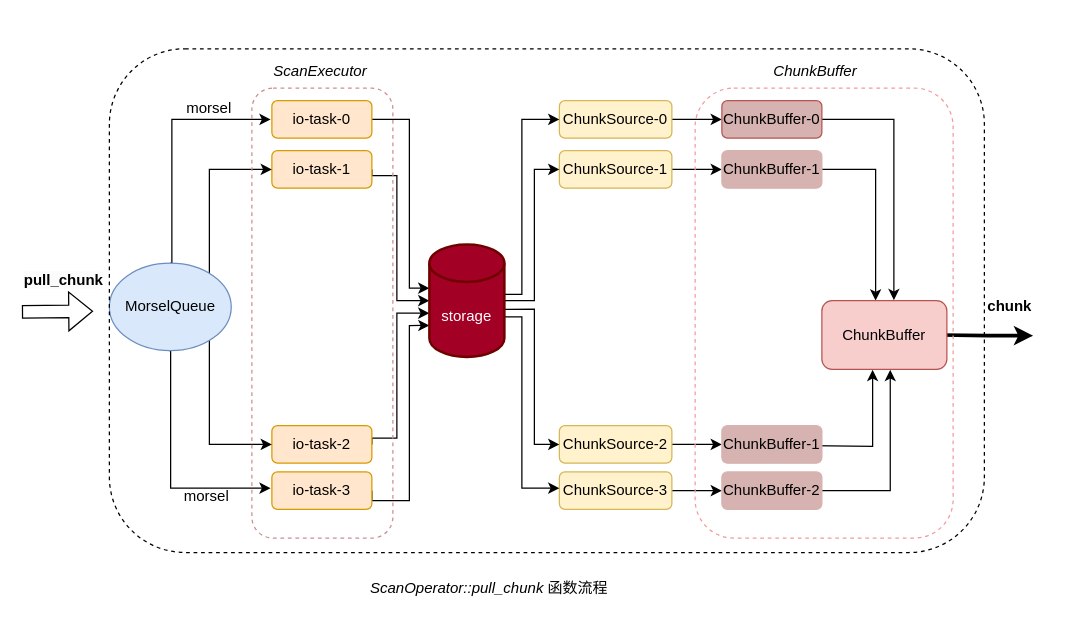
Above: StarRocks/Pipeline-OlapScanOperator-3.drawio in szza/szza.github.io.images (draw.io), before the change. Source tidied: cells renumbered, new cells numbered last; positions are measured from the earlier drawing's top-left corner, leaving out a move shared by most shapes. Both pictures are drawn from the tidied source at 125%, with x=0, y=0 at pixel (21, 48).
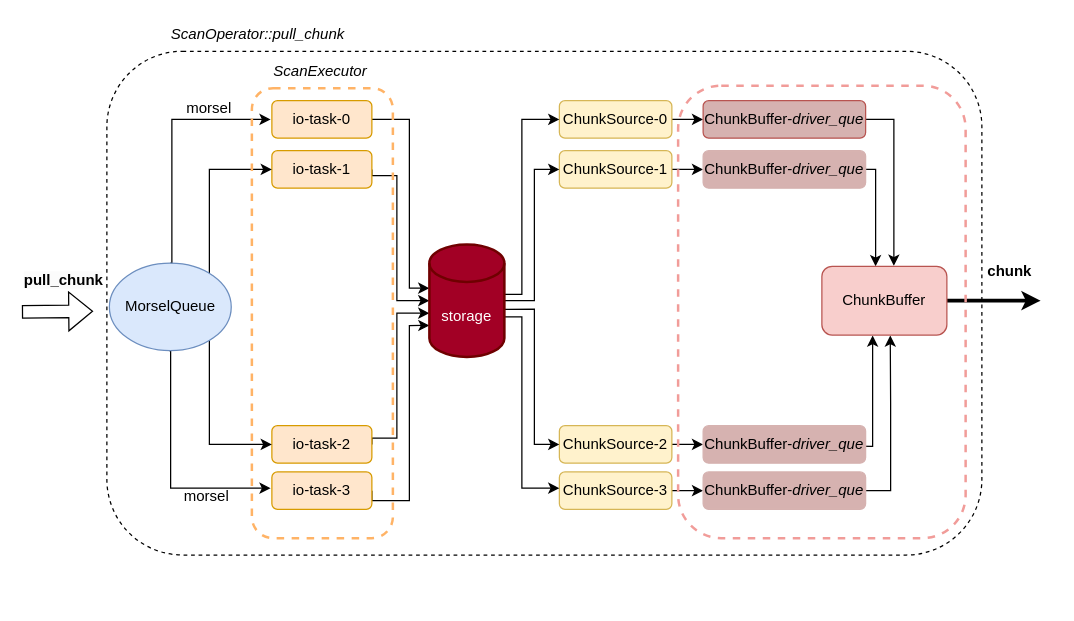
Above is the later version.

Commit message (it also covers changes not shown here):
modify Pipeline-OlapScanOperator-3

Diff of the diagram source:
```diff
@@
     <mxCell id="32" style="rounded=1;whiteSpace=wrap;html=1;fillColor=none;dashed=1;" parent="1" vertex="1">
-      <mxGeometry x="70" y="0.5" width="700" height="403" as="geometry" />
+      <mxGeometry x="68" y="2.5" width="700" height="403" as="geometry" />
     </mxCell>
-    <mxCell id="33" value="&lt;i&gt;ScanOperator::pull_chunk&lt;/i&gt; 函数流程" style="text;html=1;strokeColor=none;fillColor=none;align=center;verticalAlign=middle;whiteSpace=wrap;rounded=0;" parent="1" vertex="1">
-      <mxGeometry x="255" y="422" width="238.2" height="20" as="geometry" />
+    <mxCell id="33" value="&lt;i&gt;ScanOperator::pull_chunk&lt;/i&gt;" style="text;html=1;strokeColor=none;fillColor=none;align=center;verticalAlign=middle;whiteSpace=wrap;rounded=0;" parent="1" vertex="1">
+      <mxGeometry x="105" y="-21" width="168.2" height="20" as="geometry" />
     </mxCell>
@@
     <mxCell id="36" value="&lt;b&gt;chunk&lt;/b&gt;" style="text;html=1;align=center;verticalAlign=middle;strokeColor=none;fillColor=none;" parent="1" vertex="1">
-      <mxGeometry x="760" y="192" width="60" height="30" as="geometry" />
+      <mxGeometry x="760" y="164" width="60" height="30" as="geometry" />
     </mxCell>
-    <mxCell id="37" value="ChunkBuffer-0" style="rounded=1;whiteSpace=wrap;html=1;fillColor=#D6B2B0;strokeColor=#b85450;" parent="1" vertex="1">
-      <mxGeometry x="560" y="42" width="80" height="30" as="geometry" />
+    <mxCell id="37" value="ChunkBuffer-&lt;i&gt;driver_que&lt;/i&gt;" style="rounded=1;whiteSpace=wrap;html=1;fillColor=#D6B2B0;strokeColor=#b85450;" parent="1" vertex="1">
+      <mxGeometry x="545" y="42" width="130" height="30" as="geometry" />
     </mxCell>
-    <mxCell id="38" value="ChunkBuffer-1" style="rounded=1;whiteSpace=wrap;html=1;fillColor=#D6B2B0;strokeColor=#D6B2B0;" parent="1" vertex="1">
-      <mxGeometry x="560" y="82" width="80" height="30" as="geometry" />
+    <mxCell id="38" value="ChunkBuffer-&lt;i&gt;driver_que&lt;/i&gt;" style="rounded=1;whiteSpace=wrap;html=1;fillColor=#D6B2B0;strokeColor=#D6B2B0;" parent="1" vertex="1">
+      <mxGeometry x="545" y="82" width="130" height="30" as="geometry" />
     </mxCell>
-    <mxCell id="39" value="ChunkBuffer-1" style="rounded=1;whiteSpace=wrap;html=1;fillColor=#D6B2B0;strokeColor=#D6B2B0;" parent="1" vertex="1">
-      <mxGeometry x="560" y="302" width="80" height="30" as="geometry" />
+    <mxCell id="39" value="ChunkBuffer-&lt;i style=&quot;border-color: var(--border-color);&quot;&gt;driver_que&lt;/i&gt;" style="rounded=1;whiteSpace=wrap;html=1;fillColor=#D6B2B0;strokeColor=#D6B2B0;" parent="1" vertex="1">
+      <mxGeometry x="545" y="302" width="130" height="30" as="geometry" />
     </mxCell>
-    <mxCell id="40" value="ChunkBuffer-2" style="rounded=1;whiteSpace=wrap;html=1;fillColor=#D6B2B0;strokeColor=#D6B2B0;" parent="1" vertex="1">
-      <mxGeometry x="560" y="339" width="80" height="30" as="geometry" />
+    <mxCell id="40" value="ChunkBuffer-&lt;i style=&quot;border-color: var(--border-color);&quot;&gt;driver_que&lt;/i&gt;" style="rounded=1;whiteSpace=wrap;html=1;fillColor=#D6B2B0;strokeColor=#D6B2B0;" parent="1" vertex="1">
+      <mxGeometry x="545" y="339" width="130" height="30" as="geometry" />
     </mxCell>
     <mxCell id="41" style="edgeStyle=orthogonalEdgeStyle;rounded=0;orthogonalLoop=1;jettySize=auto;html=1;exitX=1;exitY=0.5;exitDx=0;exitDy=0;strokeWidth=3;" parent="1" edge="1">
       <mxGeometry relative="1" as="geometry">
-        <mxPoint x="735" y="229.5" as="sourcePoint" />
-        <mxPoint x="809" y="230" as="targetPoint" />
+        <mxPoint x="740" y="202" as="sourcePoint" />
+        <mxPoint x="815" y="202" as="targetPoint" />
       </mxGeometry>
     </mxCell>
     <mxCell id="42" value="ChunkBuffer" style="rounded=1;whiteSpace=wrap;html=1;fillColor=#f8cecc;strokeColor=#b85450;" parent="1" vertex="1">
-      <mxGeometry x="640" y="202" width="100" height="55" as="geometry" />
+      <mxGeometry x="640" y="174.5" width="100" height="55" as="geometry" />
     </mxCell>
@@
-    <mxCell id="45" style="rounded=1;whiteSpace=wrap;html=1;fillColor=none;dashed=1;strokeColor=#ce8d8d;" parent="1" vertex="1">
+    <mxCell id="45" style="rounded=1;whiteSpace=wrap;html=1;fillColor=none;dashed=1;strokeColor=#FFB366;strokeWidth=2;" parent="1" vertex="1">
       <mxGeometry x="184" y="32" width="112.8" height="360" as="geometry" />
     </mxCell>
@@
-    <mxCell id="47" style="rounded=1;whiteSpace=wrap;html=1;fillColor=none;dashed=1;strokeColor=#F19C99;" parent="1" vertex="1">
-      <mxGeometry x="538.6" y="32" width="206.4" height="360" as="geometry" />
+    <mxCell id="47" style="rounded=1;whiteSpace=wrap;html=1;fillColor=none;dashed=1;strokeColor=#F19C99;strokeWidth=2;" parent="1" vertex="1">
+      <mxGeometry x="525" y="30" width="230" height="362" as="geometry" />
     </mxCell>
-    <mxCell id="48" value="&lt;i&gt;ChunkBuffer&lt;/i&gt;" style="text;html=1;strokeColor=none;fillColor=none;align=center;verticalAlign=middle;whiteSpace=wrap;rounded=0;" parent="1" vertex="1">
-      <mxGeometry x="590" y="7" width="90" height="23" as="geometry" />
-    </mxCell>
```
